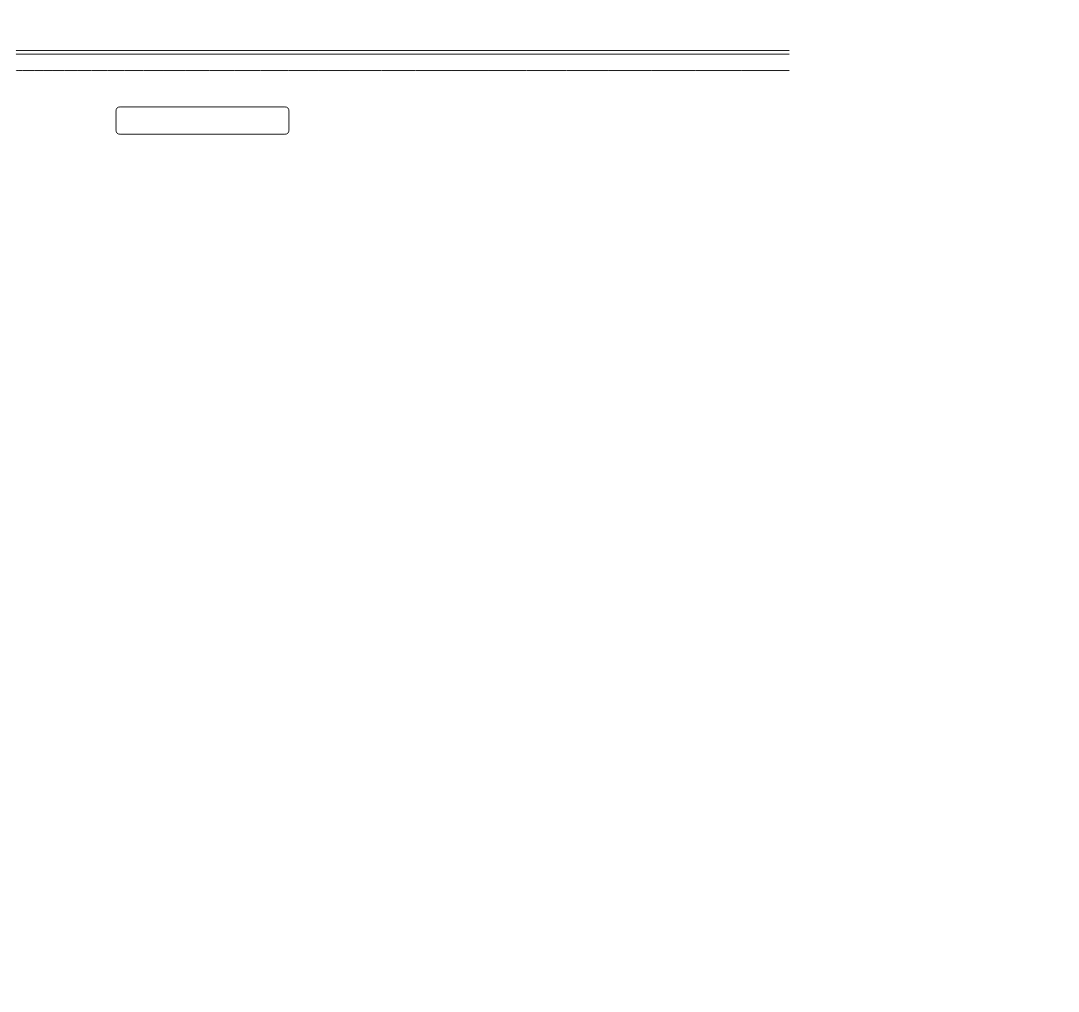
srivats2/dotfiles keeps this draw.io diagram as Untitled Diagram.drawio. Above is the earlier version. Source tidied: cells renumbered, new cells numbered last; positions are measured from the earlier drawing's top-left corner, leaving out a move shared by most shapes. Both pictures are drawn from the tidied source at 91%, with x=0, y=0 at pixel (15, 52).
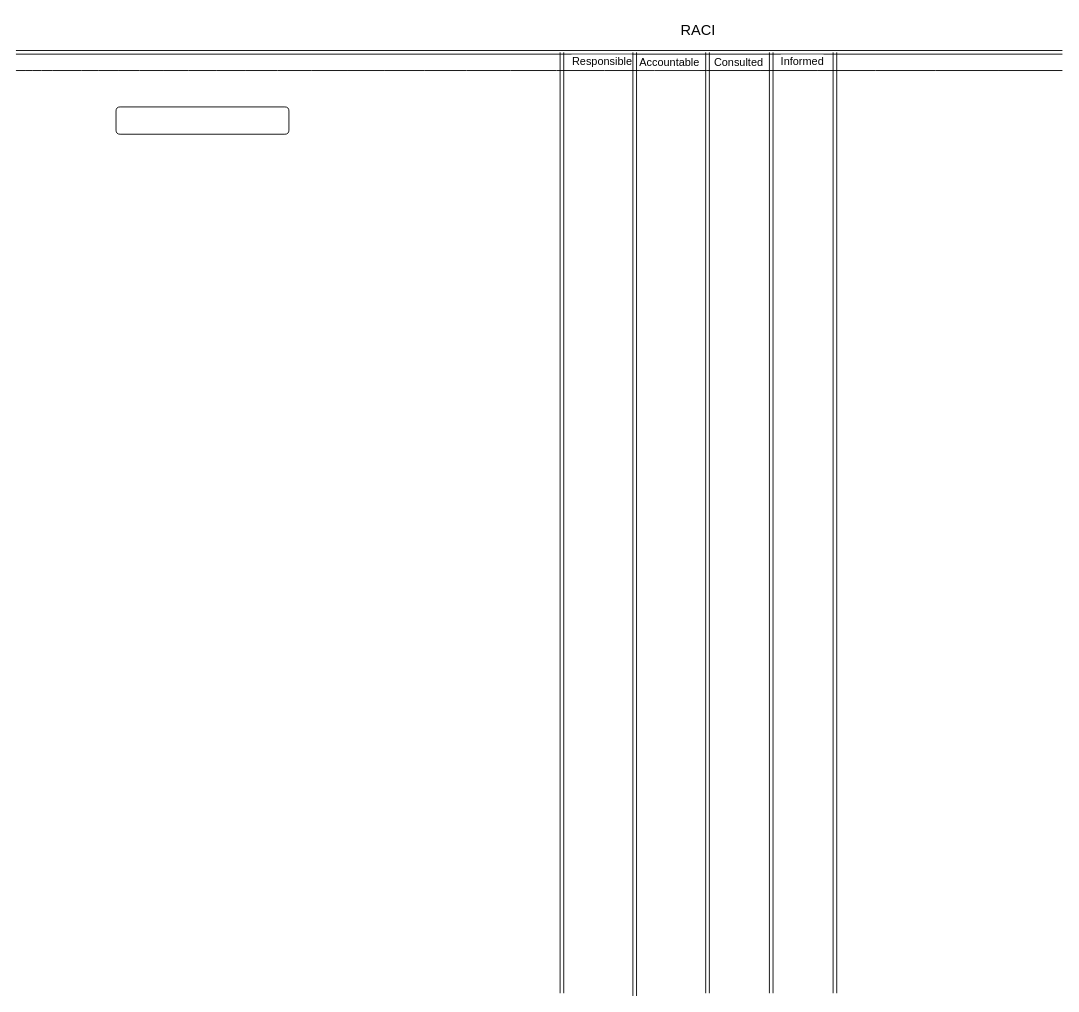
Above is the later version.

Change to the diagram source:
```diff
@@
     <mxCell id="3" style="endArrow=none;html=1;rounded=0;fontSize=12;startSize=8;endSize=8;curved=1;" parent="1" edge="1">
       <mxGeometry relative="1" as="geometry">
         <mxPoint y="20" as="sourcePoint" />
-        <mxPoint x="850" y="20" as="targetPoint" />
+        <mxPoint x="1150" y="20" as="targetPoint" />
       </mxGeometry>
     </mxCell>
     <mxCell id="4" style="shape=link;html=1;rounded=0;fontSize=12;startSize=8;endSize=8;curved=1;" parent="1" edge="1">
       <mxGeometry relative="1" as="geometry">
         <mxPoint as="sourcePoint" />
-        <mxPoint x="850" as="targetPoint" />
+        <mxPoint x="1150" as="targetPoint" />
       </mxGeometry>
     </mxCell>
+    <mxCell id="5" value="Responsible" style="edgeLabel;html=1;align=center;verticalAlign=middle;fontSize=12;" parent="4" vertex="1">
+      <mxGeometry x="0.56" y="-9" relative="1" as="geometry">
+        <mxPoint x="-254" as="offset" />
+      </mxGeometry>
+    </mxCell>
+    <mxCell id="6" value="Accountable" style="edgeLabel;html=1;align=center;verticalAlign=middle;fontSize=12;" parent="4" vertex="1">
+      <mxGeometry x="0.64" y="-11" relative="1" as="geometry">
+        <mxPoint x="-226" as="offset" />
+      </mxGeometry>
+    </mxCell>
+    <mxCell id="7" value="Consulted" style="edgeLabel;html=1;align=center;verticalAlign=middle;fontSize=12;" parent="4" vertex="1">
+      <mxGeometry x="0.74" y="-11" relative="1" as="geometry">
+        <mxPoint x="-208" y="-1" as="offset" />
+      </mxGeometry>
+    </mxCell>
+    <mxCell id="8" value="Informed" style="edgeLabel;html=1;align=center;verticalAlign=middle;fontSize=12;" parent="4" vertex="1">
+      <mxGeometry x="0.5" y="-9" relative="1" as="geometry" />
+    </mxCell>
+    <mxCell id="9" style="shape=link;html=1;rounded=0;fontSize=12;startSize=8;endSize=8;curved=1;" parent="1" edge="1">
+      <mxGeometry relative="1" as="geometry">
+        <mxPoint x="600" as="sourcePoint" />
+        <mxPoint x="600" y="1034" as="targetPoint" />
+      </mxGeometry>
+    </mxCell>
+    <mxCell id="10" style="shape=link;html=1;rounded=0;fontSize=12;startSize=8;endSize=8;curved=1;" parent="1" edge="1">
+      <mxGeometry relative="1" as="geometry">
+        <mxPoint x="680" as="sourcePoint" />
+        <mxPoint x="680" y="1037" as="targetPoint" />
+      </mxGeometry>
+    </mxCell>
+    <mxCell id="11" style="shape=link;html=1;rounded=0;fontSize=12;startSize=8;endSize=8;curved=1;" parent="1" edge="1">
+      <mxGeometry relative="1" as="geometry">
+        <mxPoint x="760" as="sourcePoint" />
+        <mxPoint x="760" y="1034" as="targetPoint" />
+      </mxGeometry>
+    </mxCell>
+    <mxCell id="12" style="shape=link;html=1;rounded=0;fontSize=12;startSize=8;endSize=8;curved=1;" parent="1" edge="1">
+      <mxGeometry relative="1" as="geometry">
+        <mxPoint x="830" as="sourcePoint" />
+        <mxPoint x="830" y="1034" as="targetPoint" />
+      </mxGeometry>
+    </mxCell>
+    <mxCell id="13" style="shape=link;html=1;rounded=0;fontSize=12;startSize=8;endSize=8;curved=1;" parent="1" edge="1">
+      <mxGeometry relative="1" as="geometry">
+        <mxPoint x="900" as="sourcePoint" />
+        <mxPoint x="900" y="1034" as="targetPoint" />
+      </mxGeometry>
+    </mxCell>
+    <mxCell id="14" value="RACI" style="text;html=1;whiteSpace=wrap;strokeColor=none;fillColor=none;align=center;verticalAlign=middle;rounded=0;fontSize=16;" parent="1" vertex="1">
+      <mxGeometry x="720" y="-40" width="60" height="30" as="geometry" />
+    </mxCell>
```
